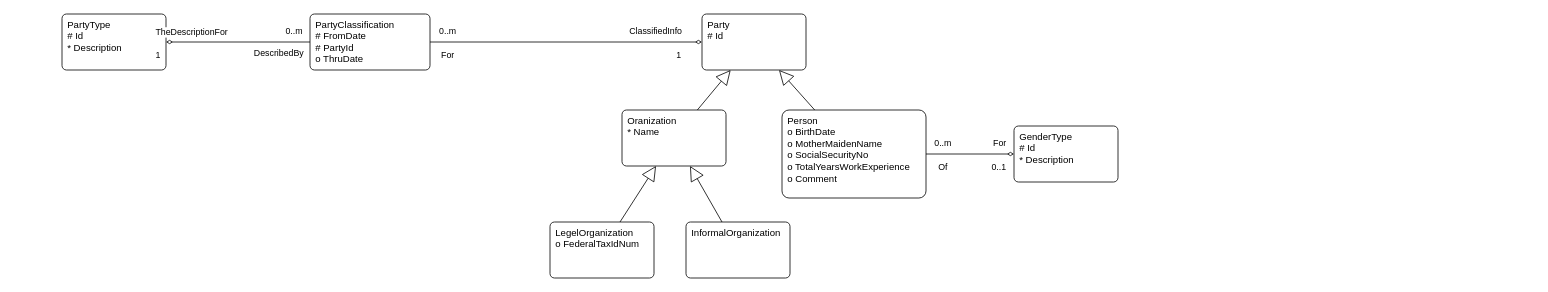
This is docs/draw/Parties.drawio from chavp/DataModeling, a draw.io file, before an edit. Source tidied: cells renumbered, new cells numbered last; positions are measured from the earlier drawing's top-left corner, leaving out a move shared by most shapes. Both pictures are drawn from the tidied source at 80%, with x=0, y=0 at pixel (62, 14).
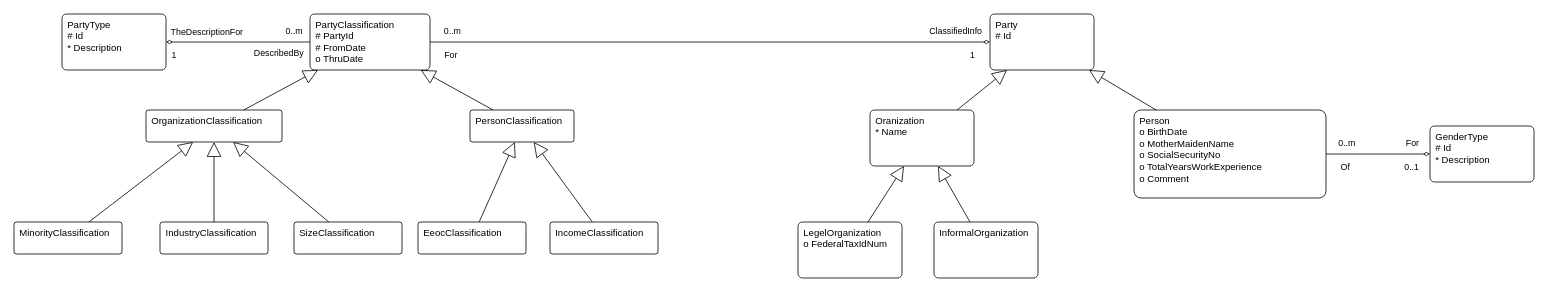
Above is the later version.

The change refers to these unchanged cells:
```xml
<mxCell id="19" style="edgeStyle=orthogonalEdgeStyle;rounded=0;jettySize=auto;html=1;startArrow=none;startFill=0;endArrow=diamondThin;endFill=0;" parent="1" edge="1" source="17" target="2">
  <mxGeometry relative="1" as="geometry" />
</mxCell>
<mxCell id="24" style="edgeStyle=orthogonalEdgeStyle;rounded=0;jettySize=auto;html=1;startArrow=none;startFill=0;endArrow=diamondThin;endFill=0;" parent="1" edge="1" source="17" target="18">
  <mxGeometry relative="1" as="geometry" />
</mxCell>
```

Diff of the diagram source:
```diff
@@
     <mxCell id="2" value="&lt;div&gt;&lt;span style=&quot;background-color: transparent; color: light-dark(rgb(0, 0, 0), rgb(255, 255, 255));&quot;&gt;Party&lt;/span&gt;&lt;/div&gt;&lt;div&gt;&lt;div&gt;# Id&lt;/div&gt;&lt;/div&gt;&lt;div&gt;&lt;span style=&quot;background-color: transparent; color: light-dark(rgb(0, 0, 0), rgb(255, 255, 255));&quot;&gt;&lt;br&gt;&lt;/span&gt;&lt;/div&gt;" style="rounded=1;whiteSpace=wrap;html=1;verticalAlign=top;align=left;spacingTop=0;spacingLeft=5;arcSize=8;" parent="1" vertex="1">
-      <mxGeometry x="800" width="130" height="70" as="geometry" />
+      <mxGeometry x="1160" width="130" height="70" as="geometry" />
     </mxCell>
     <mxCell id="3" value="&lt;div&gt;&lt;span style=&quot;background-color: transparent; color: light-dark(rgb(0, 0, 0), rgb(255, 255, 255));&quot;&gt;Oranization&lt;/span&gt;&lt;/div&gt;&lt;div&gt;&lt;div&gt;* Name&lt;/div&gt;&lt;/div&gt;&lt;div&gt;&lt;span style=&quot;background-color: transparent; color: light-dark(rgb(0, 0, 0), rgb(255, 255, 255));&quot;&gt;&lt;br&gt;&lt;/span&gt;&lt;/div&gt;" style="rounded=1;whiteSpace=wrap;html=1;verticalAlign=top;align=left;spacingTop=0;spacingLeft=5;arcSize=8;" parent="1" vertex="1">
-      <mxGeometry x="700" y="120" width="130" height="70" as="geometry" />
+      <mxGeometry x="1010" y="120" width="130" height="70" as="geometry" />
     </mxCell>
@@
     <mxCell id="10" value="&lt;div&gt;&lt;span style=&quot;background-color: transparent; color: light-dark(rgb(0, 0, 0), rgb(255, 255, 255));&quot;&gt;Person&lt;/span&gt;&lt;/div&gt;&lt;div&gt;&lt;div&gt;o BirthDate&lt;/div&gt;&lt;/div&gt;&lt;div&gt;o MotherMaidenName&lt;/div&gt;&lt;div&gt;o SocialSecurityNo&lt;/div&gt;&lt;div&gt;o TotalYearsWorkExperience&lt;/div&gt;&lt;div&gt;o Comment&lt;/div&gt;&lt;div&gt;&lt;span style=&quot;background-color: transparent; color: light-dark(rgb(0, 0, 0), rgb(255, 255, 255));&quot;&gt;&lt;br&gt;&lt;/span&gt;&lt;/div&gt;" style="rounded=1;whiteSpace=wrap;html=1;verticalAlign=top;align=left;spacingTop=0;spacingLeft=5;arcSize=8;" parent="1" vertex="1">
-      <mxGeometry x="900" y="120" width="180" height="110" as="geometry" />
+      <mxGeometry x="1340" y="120" width="240" height="110" as="geometry" />
     </mxCell>
@@
     <mxCell id="12" value="&lt;div&gt;&lt;span style=&quot;background-color: transparent; color: light-dark(rgb(0, 0, 0), rgb(255, 255, 255));&quot;&gt;GenderType&lt;/span&gt;&lt;/div&gt;&lt;div&gt;&lt;div&gt;# Id&lt;/div&gt;&lt;/div&gt;&lt;div&gt;* Description&lt;/div&gt;&lt;div&gt;&lt;span style=&quot;background-color: transparent; color: light-dark(rgb(0, 0, 0), rgb(255, 255, 255));&quot;&gt;&lt;br&gt;&lt;/span&gt;&lt;/div&gt;" style="rounded=1;whiteSpace=wrap;html=1;verticalAlign=top;align=left;spacingTop=0;spacingLeft=5;arcSize=8;" parent="1" vertex="1">
-      <mxGeometry x="1190" y="140" width="130" height="70" as="geometry" />
+      <mxGeometry x="1710" y="140" width="130" height="70" as="geometry" />
     </mxCell>
     <mxCell id="13" value="&lt;div&gt;&lt;span style=&quot;background-color: transparent; color: light-dark(rgb(0, 0, 0), rgb(255, 255, 255));&quot;&gt;LegelOrganization&lt;/span&gt;&lt;/div&gt;&lt;div&gt;&lt;div&gt;o FederalTaxIdNum&lt;/div&gt;&lt;/div&gt;" style="rounded=1;whiteSpace=wrap;html=1;verticalAlign=top;align=left;spacingTop=0;spacingLeft=5;arcSize=8;" parent="1" vertex="1">
-      <mxGeometry x="610" y="260" width="130" height="70" as="geometry" />
+      <mxGeometry x="920" y="260" width="130" height="70" as="geometry" />
     </mxCell>
     <mxCell id="14" value="&lt;div&gt;&lt;span style=&quot;background-color: transparent; color: light-dark(rgb(0, 0, 0), rgb(255, 255, 255));&quot;&gt;InformalOrganization&lt;/span&gt;&lt;/div&gt;&lt;div&gt;&lt;br&gt;&lt;/div&gt;" style="rounded=1;whiteSpace=wrap;html=1;verticalAlign=top;align=left;spacingTop=0;spacingLeft=5;arcSize=8;" parent="1" vertex="1">
-      <mxGeometry x="780" y="260" width="130" height="70" as="geometry" />
+      <mxGeometry x="1090" y="260" width="130" height="70" as="geometry" />
     </mxCell>
@@
-    <mxCell id="17" value="&lt;div&gt;&lt;span style=&quot;background-color: transparent; color: light-dark(rgb(0, 0, 0), rgb(255, 255, 255));&quot;&gt;PartyClassification&lt;/span&gt;&lt;/div&gt;&lt;div&gt;&lt;div&gt;# FromDate&lt;/div&gt;&lt;/div&gt;&lt;div&gt;# PartyId&lt;/div&gt;&lt;div&gt;o ThruDate&lt;/div&gt;&lt;div&gt;&lt;span style=&quot;background-color: transparent; color: light-dark(rgb(0, 0, 0), rgb(255, 255, 255));&quot;&gt;&lt;br&gt;&lt;/span&gt;&lt;/div&gt;" style="rounded=1;whiteSpace=wrap;html=1;verticalAlign=top;align=left;spacingTop=0;spacingLeft=5;arcSize=8;" parent="1" vertex="1">
+    <mxCell id="17" value="&lt;div&gt;&lt;span style=&quot;background-color: transparent; color: light-dark(rgb(0, 0, 0), rgb(255, 255, 255));&quot;&gt;PartyClassification&lt;/span&gt;&lt;/div&gt;&lt;div&gt;&lt;div&gt;# PartyId&lt;/div&gt;&lt;div&gt;# FromDate&lt;/div&gt;&lt;/div&gt;&lt;div&gt;o ThruDate&lt;/div&gt;&lt;div&gt;&lt;span style=&quot;background-color: transparent; color: light-dark(rgb(0, 0, 0), rgb(255, 255, 255));&quot;&gt;&lt;br&gt;&lt;/span&gt;&lt;/div&gt;" style="rounded=1;whiteSpace=wrap;html=1;verticalAlign=top;align=left;spacingTop=0;spacingLeft=5;arcSize=8;" parent="1" vertex="1">
       <mxGeometry x="310" width="150" height="70" as="geometry" />
     </mxCell>
@@
     <mxCell id="20" value="0..m" style="edgeLabel;html=1;align=center;verticalAlign=middle;" parent="19" vertex="1">
       <mxGeometry x="-0.46" relative="1" as="geometry">
-        <mxPoint x="-71" y="-15" as="offset" />
+        <mxPoint x="-162" y="-15" as="offset" />
       </mxGeometry>
     </mxCell>
     <mxCell id="21" value="1" style="edgeLabel;html=1;align=center;verticalAlign=middle;" parent="19" vertex="1">
       <mxGeometry x="0.63" relative="1" as="geometry">
-        <mxPoint x="33" y="15" as="offset" />
+        <mxPoint x="106" y="15" as="offset" />
       </mxGeometry>
     </mxCell>
     <mxCell id="22" value="For" style="edgeLabel;html=1;align=center;verticalAlign=middle;rotation=0;" parent="19" vertex="1">
       <mxGeometry x="-0.64" y="-1" relative="1" as="geometry">
-        <mxPoint x="-40" y="14" as="offset" />
+        <mxPoint x="-101" y="14" as="offset" />
       </mxGeometry>
     </mxCell>
     <mxCell id="23" value="ClassifiedInfo" style="edgeLabel;html=1;align=center;verticalAlign=middle;" parent="19" vertex="1">
       <mxGeometry x="0.65" y="1" relative="1" as="geometry">
-        <mxPoint y="-14" as="offset" />
+        <mxPoint x="78" y="-14" as="offset" />
       </mxGeometry>
     </mxCell>
@@
     <mxCell id="26" value="1" style="edgeLabel;html=1;align=center;verticalAlign=middle;" parent="24" vertex="1">
       <mxGeometry x="0.63" relative="1" as="geometry">
-        <mxPoint x="-44" y="15" as="offset" />
+        <mxPoint x="-24" y="15" as="offset" />
       </mxGeometry>
     </mxCell>
@@
     <mxCell id="28" value="TheDescriptionFor" style="edgeLabel;html=1;align=center;verticalAlign=middle;" parent="24" vertex="1">
       <mxGeometry x="0.65" y="1" relative="1" as="geometry">
-        <mxPoint y="-14" as="offset" />
+        <mxPoint x="19" y="-14" as="offset" />
       </mxGeometry>
     </mxCell>
+    <mxCell id="29" value="&lt;div&gt;&lt;span style=&quot;background-color: transparent; color: light-dark(rgb(0, 0, 0), rgb(255, 255, 255));&quot;&gt;OrganizationClassification&lt;/span&gt;&lt;/div&gt;" style="rounded=1;whiteSpace=wrap;html=1;verticalAlign=top;align=left;spacingTop=0;spacingLeft=5;arcSize=8;" parent="1" vertex="1">
+      <mxGeometry x="105" y="120" width="170" height="40" as="geometry" />
+    </mxCell>
+    <mxCell id="30" value="&lt;div&gt;&lt;span style=&quot;background-color: transparent; color: light-dark(rgb(0, 0, 0), rgb(255, 255, 255));&quot;&gt;PersonClassification&lt;/span&gt;&lt;/div&gt;" style="rounded=1;whiteSpace=wrap;html=1;verticalAlign=top;align=left;spacingTop=0;spacingLeft=5;arcSize=8;" parent="1" vertex="1">
+      <mxGeometry x="510" y="120" width="130" height="40" as="geometry" />
+    </mxCell>
+    <mxCell id="31" value="&lt;div&gt;&lt;span style=&quot;background-color: transparent; color: light-dark(rgb(0, 0, 0), rgb(255, 255, 255));&quot;&gt;MinorityClassification&lt;/span&gt;&lt;/div&gt;" style="rounded=1;whiteSpace=wrap;html=1;verticalAlign=top;align=left;spacingTop=0;spacingLeft=5;arcSize=8;" parent="1" vertex="1">
+      <mxGeometry x="-60" y="260" width="135" height="40" as="geometry" />
+    </mxCell>
+    <mxCell id="32" value="&lt;div&gt;&lt;span style=&quot;background-color: transparent; color: light-dark(rgb(0, 0, 0), rgb(255, 255, 255));&quot;&gt;IndustryClassification&lt;/span&gt;&lt;/div&gt;" style="rounded=1;whiteSpace=wrap;html=1;verticalAlign=top;align=left;spacingTop=0;spacingLeft=5;arcSize=8;" parent="1" vertex="1">
+      <mxGeometry x="122.5" y="260" width="135" height="40" as="geometry" />
+    </mxCell>
+    <mxCell id="33" value="&lt;div&gt;&lt;span style=&quot;background-color: transparent; color: light-dark(rgb(0, 0, 0), rgb(255, 255, 255));&quot;&gt;SizeClassification&lt;/span&gt;&lt;/div&gt;" style="rounded=1;whiteSpace=wrap;html=1;verticalAlign=top;align=left;spacingTop=0;spacingLeft=5;arcSize=8;" parent="1" vertex="1">
+      <mxGeometry x="290" y="260" width="135" height="40" as="geometry" />
+    </mxCell>
+    <mxCell id="34" value="&lt;div&gt;&lt;span style=&quot;background-color: transparent; color: light-dark(rgb(0, 0, 0), rgb(255, 255, 255));&quot;&gt;EeocClassification&lt;/span&gt;&lt;/div&gt;" style="rounded=1;whiteSpace=wrap;html=1;verticalAlign=top;align=left;spacingTop=0;spacingLeft=5;arcSize=8;" parent="1" vertex="1">
+      <mxGeometry x="445" y="260" width="135" height="40" as="geometry" />
+    </mxCell>
+    <mxCell id="35" value="&lt;div&gt;&lt;span style=&quot;background-color: transparent; color: light-dark(rgb(0, 0, 0), rgb(255, 255, 255));&quot;&gt;IncomeClassification&lt;/span&gt;&lt;/div&gt;" style="rounded=1;whiteSpace=wrap;html=1;verticalAlign=top;align=left;spacingTop=0;spacingLeft=5;arcSize=8;" parent="1" vertex="1">
+      <mxGeometry x="610" y="260" width="135" height="40" as="geometry" />
+    </mxCell>
+    <mxCell id="36" style="endArrow=block;endSize=16;endFill=0;html=1;rounded=0;" parent="1" edge="1" source="29" target="17">
+      <mxGeometry relative="1" as="geometry" />
+    </mxCell>
+    <mxCell id="37" style="endArrow=block;endSize=16;endFill=0;html=1;rounded=0;" parent="1" edge="1" source="30" target="17">
+      <mxGeometry relative="1" as="geometry" />
+    </mxCell>
+    <mxCell id="38" style="endArrow=block;endSize=16;endFill=0;html=1;rounded=0;" parent="1" edge="1" source="31" target="29">
+      <mxGeometry relative="1" as="geometry" />
+    </mxCell>
+    <mxCell id="39" style="endArrow=block;endSize=16;endFill=0;html=1;rounded=0;" parent="1" edge="1" source="32" target="29">
+      <mxGeometry relative="1" as="geometry" />
+    </mxCell>
+    <mxCell id="40" style="endArrow=block;endSize=16;endFill=0;html=1;rounded=0;" parent="1" edge="1" source="33" target="29">
+      <mxGeometry relative="1" as="geometry" />
+    </mxCell>
+    <mxCell id="41" style="endArrow=block;endSize=16;endFill=0;html=1;rounded=0;" parent="1" edge="1" source="34" target="30">
+      <mxGeometry relative="1" as="geometry" />
+    </mxCell>
+    <mxCell id="42" style="endArrow=block;endSize=16;endFill=0;html=1;rounded=0;" parent="1" edge="1" source="35" target="30">
+      <mxGeometry relative="1" as="geometry" />
+    </mxCell>
```
